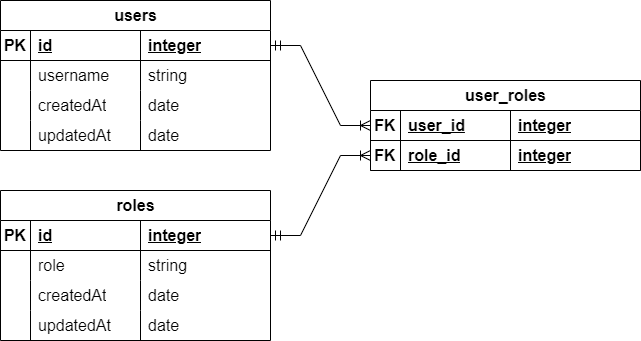
This is assets/images/examples/02/user_roles.png from ksu-cs-textbooks/cis526, a draw.io export, as it was before one commit. Source tidied: cells renumbered, new cells last; positions are measured from the earlier drawing's top-left corner, leaving out a move shared by most shapes. The source it was exported from:
```xml
<mxGraphModel>
  <root>
    <mxCell id="0" />
    <mxCell id="1" parent="0" />
    <mxCell id="2" value="users" style="shape=table;startSize=30;rowLines=0;fontStyle=1;align=center;html=1;fontSize=16;" parent="1" vertex="1">
      <mxGeometry width="270" height="150" as="geometry" />
    </mxCell>
    <mxCell id="3" style="shape=tableRow;horizontal=0;startSize=0;swimlaneHead=0;swimlaneBody=0;fillColor=none;points=[[0,0.5],[1,0.5]];portConstraint=eastwest;top=0;left=0;right=0;bottom=1;fontSize=16;" parent="2" vertex="1">
      <mxGeometry y="30" width="270" height="30" as="geometry" />
    </mxCell>
    <mxCell id="4" value="PK" style="shape=partialRectangle;fillColor=none;top=0;left=0;bottom=0;right=0;fontStyle=1;overflow=hidden;whiteSpace=wrap;html=1;fontSize=16;" parent="3" vertex="1">
      <mxGeometry width="30" height="30" as="geometry" />
    </mxCell>
    <mxCell id="5" value="id" style="shape=partialRectangle;fillColor=none;top=0;left=0;bottom=0;right=0;align=left;spacingLeft=6;fontStyle=5;overflow=hidden;whiteSpace=wrap;html=1;fontSize=16;" parent="3" vertex="1">
      <mxGeometry x="30" width="110" height="30" as="geometry" />
    </mxCell>
    <mxCell id="6" value="integer" style="shape=partialRectangle;fillColor=none;top=0;left=0;bottom=0;right=0;align=left;spacingLeft=6;fontStyle=5;overflow=hidden;whiteSpace=wrap;html=1;fontSize=16;" parent="3" vertex="1">
      <mxGeometry x="140" width="130" height="30" as="geometry" />
    </mxCell>
    <mxCell id="7" style="shape=tableRow;horizontal=0;startSize=0;swimlaneHead=0;swimlaneBody=0;fillColor=none;top=0;left=0;right=0;bottom=0;fontSize=16;" parent="2" vertex="1">
      <mxGeometry y="60" width="270" height="30" as="geometry" />
    </mxCell>
    <mxCell id="8" style="shape=partialRectangle;fillColor=none;top=0;left=0;bottom=0;right=0;overflow=hidden;whiteSpace=wrap;html=1;fontSize=16;" parent="7" vertex="1">
      <mxGeometry width="30" height="30" as="geometry" />
    </mxCell>
    <mxCell id="9" value="username" style="shape=partialRectangle;fillColor=none;top=0;left=0;bottom=0;right=0;align=left;spacingLeft=6;overflow=hidden;whiteSpace=wrap;html=1;fontSize=16;" parent="7" vertex="1">
      <mxGeometry x="30" width="110" height="30" as="geometry" />
    </mxCell>
    <mxCell id="10" value="string" style="shape=partialRectangle;fillColor=none;top=0;left=0;bottom=0;right=0;align=left;spacingLeft=6;overflow=hidden;whiteSpace=wrap;html=1;fontSize=16;" parent="7" vertex="1">
      <mxGeometry x="140" width="130" height="30" as="geometry" />
    </mxCell>
    <mxCell id="11" style="shape=tableRow;horizontal=0;startSize=0;swimlaneHead=0;swimlaneBody=0;fillColor=none;top=0;left=0;right=0;bottom=0;fontSize=16;" parent="2" vertex="1">
      <mxGeometry y="90" width="270" height="30" as="geometry" />
    </mxCell>
    <mxCell id="12" style="shape=partialRectangle;fillColor=none;top=0;left=0;bottom=0;right=0;overflow=hidden;whiteSpace=wrap;html=1;fontSize=16;" parent="11" vertex="1">
      <mxGeometry width="30" height="30" as="geometry" />
    </mxCell>
    <mxCell id="13" value="createdAt" style="shape=partialRectangle;fillColor=none;top=0;left=0;bottom=0;right=0;align=left;spacingLeft=6;overflow=hidden;whiteSpace=wrap;html=1;fontSize=16;" parent="11" vertex="1">
      <mxGeometry x="30" width="110" height="30" as="geometry" />
    </mxCell>
    <mxCell id="14" value="date" style="shape=partialRectangle;fillColor=none;top=0;left=0;bottom=0;right=0;align=left;spacingLeft=6;overflow=hidden;whiteSpace=wrap;html=1;fontSize=16;" parent="11" vertex="1">
      <mxGeometry x="140" width="130" height="30" as="geometry" />
    </mxCell>
    <mxCell id="15" style="shape=tableRow;horizontal=0;startSize=0;swimlaneHead=0;swimlaneBody=0;fillColor=none;top=0;left=0;right=0;bottom=0;fontSize=16;" parent="2" vertex="1">
      <mxGeometry y="120" width="270" height="30" as="geometry" />
    </mxCell>
    <mxCell id="16" style="shape=partialRectangle;fillColor=none;top=0;left=0;bottom=0;right=0;overflow=hidden;whiteSpace=wrap;html=1;fontSize=16;" parent="15" vertex="1">
      <mxGeometry width="30" height="30" as="geometry" />
    </mxCell>
    <mxCell id="17" value="updatedAt" style="shape=partialRectangle;fillColor=none;top=0;left=0;bottom=0;right=0;align=left;spacingLeft=6;overflow=hidden;whiteSpace=wrap;html=1;fontSize=16;" parent="15" vertex="1">
      <mxGeometry x="30" width="110" height="30" as="geometry" />
    </mxCell>
    <mxCell id="18" value="date" style="shape=partialRectangle;fillColor=none;top=0;left=0;bottom=0;right=0;align=left;spacingLeft=6;overflow=hidden;whiteSpace=wrap;html=1;fontSize=16;" parent="15" vertex="1">
      <mxGeometry x="140" width="130" height="30" as="geometry" />
    </mxCell>
    <mxCell id="19" value="roles" style="shape=table;startSize=30;rowLines=0;fontStyle=1;align=center;html=1;fontSize=16;" parent="1" vertex="1">
      <mxGeometry y="190" width="270" height="150" as="geometry" />
    </mxCell>
    <mxCell id="20" style="shape=tableRow;horizontal=0;startSize=0;swimlaneHead=0;swimlaneBody=0;fillColor=none;points=[[0,0.5],[1,0.5]];portConstraint=eastwest;top=0;left=0;right=0;bottom=1;fontSize=16;" parent="19" vertex="1">
      <mxGeometry y="30" width="270" height="30" as="geometry" />
    </mxCell>
    <mxCell id="21" value="PK" style="shape=partialRectangle;fillColor=none;top=0;left=0;bottom=0;right=0;fontStyle=1;overflow=hidden;whiteSpace=wrap;html=1;fontSize=16;" parent="20" vertex="1">
      <mxGeometry width="30" height="30" as="geometry" />
    </mxCell>
    <mxCell id="22" value="id" style="shape=partialRectangle;fillColor=none;top=0;left=0;bottom=0;right=0;align=left;spacingLeft=6;fontStyle=5;overflow=hidden;whiteSpace=wrap;html=1;fontSize=16;" parent="20" vertex="1">
      <mxGeometry x="30" width="110" height="30" as="geometry" />
    </mxCell>
    <mxCell id="23" value="integer" style="shape=partialRectangle;fillColor=none;top=0;left=0;bottom=0;right=0;align=left;spacingLeft=6;fontStyle=5;overflow=hidden;whiteSpace=wrap;html=1;fontSize=16;" parent="20" vertex="1">
      <mxGeometry x="140" width="130" height="30" as="geometry" />
    </mxCell>
    <mxCell id="24" style="shape=tableRow;horizontal=0;startSize=0;swimlaneHead=0;swimlaneBody=0;fillColor=none;top=0;left=0;right=0;bottom=0;fontSize=16;" parent="19" vertex="1">
      <mxGeometry y="60" width="270" height="30" as="geometry" />
    </mxCell>
    <mxCell id="25" style="shape=partialRectangle;fillColor=none;top=0;left=0;bottom=0;right=0;overflow=hidden;whiteSpace=wrap;html=1;fontSize=16;" parent="24" vertex="1">
      <mxGeometry width="30" height="30" as="geometry" />
    </mxCell>
    <mxCell id="26" value="role" style="shape=partialRectangle;fillColor=none;top=0;left=0;bottom=0;right=0;align=left;spacingLeft=6;overflow=hidden;whiteSpace=wrap;html=1;fontSize=16;" parent="24" vertex="1">
      <mxGeometry x="30" width="110" height="30" as="geometry" />
    </mxCell>
    <mxCell id="27" value="string" style="shape=partialRectangle;fillColor=none;top=0;left=0;bottom=0;right=0;align=left;spacingLeft=6;overflow=hidden;whiteSpace=wrap;html=1;fontSize=16;" parent="24" vertex="1">
      <mxGeometry x="140" width="130" height="30" as="geometry" />
    </mxCell>
    <mxCell id="28" style="shape=tableRow;horizontal=0;startSize=0;swimlaneHead=0;swimlaneBody=0;fillColor=none;top=0;left=0;right=0;bottom=0;fontSize=16;" parent="19" vertex="1">
      <mxGeometry y="90" width="270" height="30" as="geometry" />
    </mxCell>
    <mxCell id="29" style="shape=partialRectangle;fillColor=none;top=0;left=0;bottom=0;right=0;overflow=hidden;whiteSpace=wrap;html=1;fontSize=16;" parent="28" vertex="1">
      <mxGeometry width="30" height="30" as="geometry" />
    </mxCell>
    <mxCell id="30" value="createdAt" style="shape=partialRectangle;fillColor=none;top=0;left=0;bottom=0;right=0;align=left;spacingLeft=6;overflow=hidden;whiteSpace=wrap;html=1;fontSize=16;" parent="28" vertex="1">
      <mxGeometry x="30" width="110" height="30" as="geometry" />
    </mxCell>
    <mxCell id="31" value="date" style="shape=partialRectangle;fillColor=none;top=0;left=0;bottom=0;right=0;align=left;spacingLeft=6;overflow=hidden;whiteSpace=wrap;html=1;fontSize=16;" parent="28" vertex="1">
      <mxGeometry x="140" width="130" height="30" as="geometry" />
    </mxCell>
    <mxCell id="32" style="shape=tableRow;horizontal=0;startSize=0;swimlaneHead=0;swimlaneBody=0;fillColor=none;top=0;left=0;right=0;bottom=0;fontSize=16;" parent="19" vertex="1">
      <mxGeometry y="120" width="270" height="30" as="geometry" />
    </mxCell>
    <mxCell id="33" style="shape=partialRectangle;fillColor=none;top=0;left=0;bottom=0;right=0;overflow=hidden;whiteSpace=wrap;html=1;fontSize=16;" parent="32" vertex="1">
      <mxGeometry width="30" height="30" as="geometry" />
    </mxCell>
    <mxCell id="34" value="updatedAt" style="shape=partialRectangle;fillColor=none;top=0;left=0;bottom=0;right=0;align=left;spacingLeft=6;overflow=hidden;whiteSpace=wrap;html=1;fontSize=16;" parent="32" vertex="1">
      <mxGeometry x="30" width="110" height="30" as="geometry" />
    </mxCell>
    <mxCell id="35" value="date" style="shape=partialRectangle;fillColor=none;top=0;left=0;bottom=0;right=0;align=left;spacingLeft=6;overflow=hidden;whiteSpace=wrap;html=1;fontSize=16;" parent="32" vertex="1">
      <mxGeometry x="140" width="130" height="30" as="geometry" />
    </mxCell>
    <mxCell id="36" value="user_roles" style="shape=table;startSize=30;rowLines=0;fontStyle=1;align=center;html=1;fontSize=16;" parent="1" vertex="1">
      <mxGeometry x="370" y="80" width="270" height="90" as="geometry" />
    </mxCell>
    <mxCell id="37" style="shape=tableRow;horizontal=0;startSize=0;swimlaneHead=0;swimlaneBody=0;fillColor=none;points=[[0,0.5],[1,0.5]];portConstraint=eastwest;top=0;left=0;right=0;bottom=1;fontSize=16;" parent="36" vertex="1">
      <mxGeometry y="30" width="270" height="30" as="geometry" />
    </mxCell>
    <mxCell id="38" value="FK" style="shape=partialRectangle;fillColor=none;top=0;left=0;bottom=0;right=0;fontStyle=1;overflow=hidden;whiteSpace=wrap;html=1;fontSize=16;" parent="37" vertex="1">
      <mxGeometry width="30" height="30" as="geometry" />
    </mxCell>
    <mxCell id="39" value="user_id" style="shape=partialRectangle;fillColor=none;top=0;left=0;bottom=0;right=0;align=left;spacingLeft=6;fontStyle=5;overflow=hidden;whiteSpace=wrap;html=1;fontSize=16;" parent="37" vertex="1">
      <mxGeometry x="30" width="110" height="30" as="geometry" />
    </mxCell>
    <mxCell id="40" value="integer" style="shape=partialRectangle;fillColor=none;top=0;left=0;bottom=0;right=0;align=left;spacingLeft=6;fontStyle=5;overflow=hidden;whiteSpace=wrap;html=1;fontSize=16;" parent="37" vertex="1">
      <mxGeometry x="140" width="130" height="30" as="geometry" />
    </mxCell>
    <mxCell id="41" style="shape=tableRow;horizontal=0;startSize=0;swimlaneHead=0;swimlaneBody=0;fillColor=none;points=[[0,0.5],[1,0.5]];portConstraint=eastwest;top=0;left=0;right=0;bottom=1;fontSize=16;" parent="36" vertex="1">
      <mxGeometry y="60" width="270" height="30" as="geometry" />
    </mxCell>
    <mxCell id="42" value="FK" style="shape=partialRectangle;fillColor=none;top=0;left=0;bottom=0;right=0;fontStyle=1;overflow=hidden;whiteSpace=wrap;html=1;fontSize=16;" parent="41" vertex="1">
      <mxGeometry width="30" height="30" as="geometry" />
    </mxCell>
    <mxCell id="43" value="role_id" style="shape=partialRectangle;fillColor=none;top=0;left=0;bottom=0;right=0;align=left;spacingLeft=6;fontStyle=5;overflow=hidden;whiteSpace=wrap;html=1;fontSize=16;" parent="41" vertex="1">
      <mxGeometry x="30" width="110" height="30" as="geometry" />
    </mxCell>
    <mxCell id="44" value="integer" style="shape=partialRectangle;fillColor=none;top=0;left=0;bottom=0;right=0;align=left;spacingLeft=6;fontStyle=5;overflow=hidden;whiteSpace=wrap;html=1;fontSize=16;" parent="41" vertex="1">
      <mxGeometry x="140" width="130" height="30" as="geometry" />
    </mxCell>
    <mxCell id="45" style="edgeStyle=entityRelationEdgeStyle;fontSize=12;html=1;endArrow=ERoneToMany;rounded=0;exitX=1;exitY=0.5;exitDx=0;exitDy=0;entryX=0;entryY=0.5;entryDx=0;entryDy=0;strokeWidth=1;endSize=8;startSize=8;startArrow=ERmandOne;startFill=0;" parent="1" edge="1" source="3" target="37">
      <mxGeometry relative="1" as="geometry" />
    </mxCell>
    <mxCell id="46" style="edgeStyle=entityRelationEdgeStyle;fontSize=12;html=1;endArrow=ERoneToMany;rounded=0;exitX=1;exitY=0.5;exitDx=0;exitDy=0;entryX=0;entryY=0.5;entryDx=0;entryDy=0;endSize=8;startSize=8;startArrow=ERmandOne;startFill=0;" parent="1" edge="1" source="20" target="41">
      <mxGeometry relative="1" as="geometry" />
    </mxCell>
  </root>
</mxGraphModel>
```
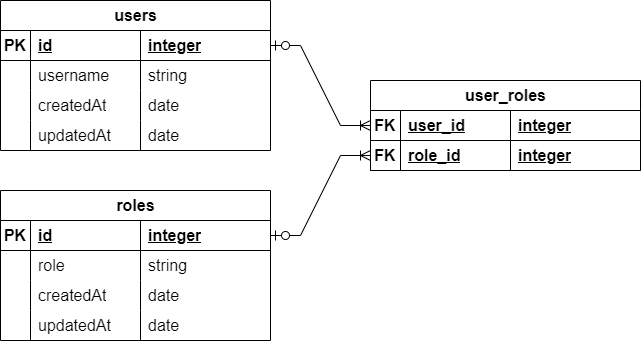
Later version of the same file.

Diff of the diagram source:
```diff
@@ -131,10 +131,10 @@
     <mxCell id="44" value="integer" style="shape=partialRectangle;fillColor=none;top=0;left=0;bottom=0;right=0;align=left;spacingLeft=6;fontStyle=5;overflow=hidden;whiteSpace=wrap;html=1;fontSize=16;" parent="41" vertex="1">
       <mxGeometry x="140" width="130" height="30" as="geometry" />
     </mxCell>
-    <mxCell id="45" style="edgeStyle=entityRelationEdgeStyle;fontSize=12;html=1;endArrow=ERoneToMany;rounded=0;exitX=1;exitY=0.5;exitDx=0;exitDy=0;entryX=0;entryY=0.5;entryDx=0;entryDy=0;strokeWidth=1;endSize=8;startSize=8;startArrow=ERmandOne;startFill=0;" parent="1" edge="1" source="3" target="37">
+    <mxCell id="45" style="edgeStyle=entityRelationEdgeStyle;fontSize=12;html=1;endArrow=ERoneToMany;rounded=0;exitX=1;exitY=0.5;exitDx=0;exitDy=0;entryX=0;entryY=0.5;entryDx=0;entryDy=0;strokeWidth=1;endSize=8;startSize=8;startArrow=ERzeroToOne;startFill=0;" parent="1" edge="1" source="3" target="37">
       <mxGeometry relative="1" as="geometry" />
     </mxCell>
-    <mxCell id="46" style="edgeStyle=entityRelationEdgeStyle;fontSize=12;html=1;endArrow=ERoneToMany;rounded=0;exitX=1;exitY=0.5;exitDx=0;exitDy=0;entryX=0;entryY=0.5;entryDx=0;entryDy=0;endSize=8;startSize=8;startArrow=ERmandOne;startFill=0;" parent="1" edge="1" source="20" target="41">
+    <mxCell id="46" style="edgeStyle=entityRelationEdgeStyle;fontSize=12;html=1;endArrow=ERoneToMany;rounded=0;exitX=1;exitY=0.5;exitDx=0;exitDy=0;entryX=0;entryY=0.5;entryDx=0;entryDy=0;endSize=8;startSize=8;startArrow=ERzeroToOne;startFill=0;" parent="1" edge="1" source="20" target="41">
       <mxGeometry relative="1" as="geometry" />
     </mxCell>
   </root>
```
